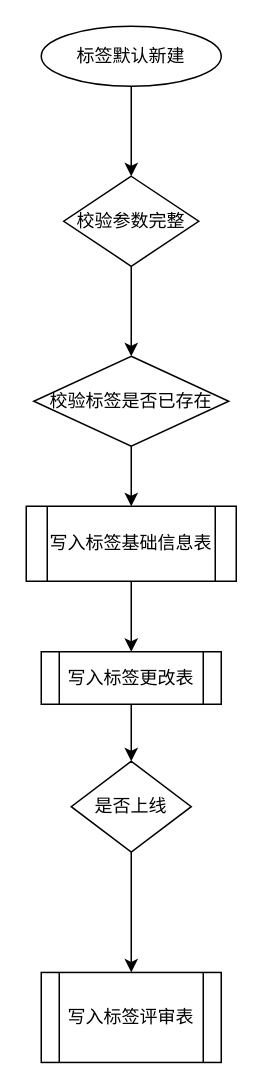
Before: 标签默认新建流程图.drawio in 1418956397/JavaWeb-Project-Source-Share, a draw.io diagram. Source tidied: cells renumbered, new cells numbered last; positions are measured from the earlier drawing's top-left corner, leaving out a move shared by most shapes. Both pictures are drawn from the tidied source at 150%, with x=0, y=0 at pixel (26, 26).
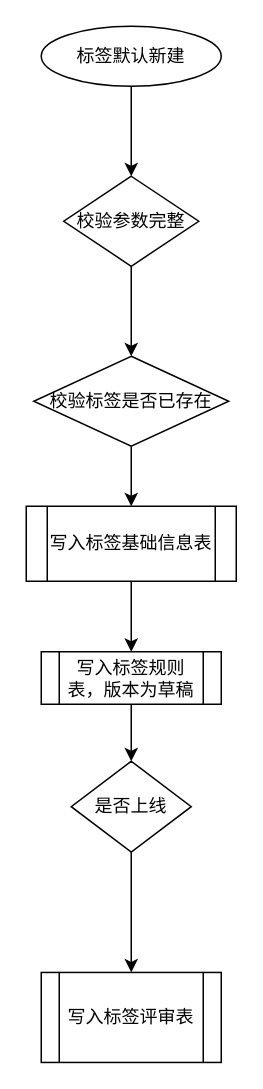
Above is the later version.

Commit message:
更新标签默认新建流程图.drawio

What changed in the source:
```diff
@@
 <mxGraphModel>
   <root>
     <mxCell id="0" />
     <mxCell id="1" parent="0" />
     <mxCell id="2" style="edgeStyle=orthogonalEdgeStyle;rounded=0;jettySize=auto;html=1;" parent="1" edge="1" source="3" target="5">
       <mxGeometry relative="1" as="geometry" />
     </mxCell>
     <mxCell id="3" value="标签默认新建" style="ellipse;whiteSpace=wrap;html=1;" parent="1" vertex="1">
       <mxGeometry x="10" width="120" height="40" as="geometry" />
     </mxCell>
     <mxCell id="4" style="edgeStyle=orthogonalEdgeStyle;rounded=0;jettySize=auto;html=1;" parent="1" edge="1" source="5" target="7">
       <mxGeometry relative="1" as="geometry" />
     </mxCell>
     <mxCell id="5" value="校验参数完整" style="rhombus;whiteSpace=wrap;html=1;" parent="1" vertex="1">
       <mxGeometry x="25" y="100" width="90" height="60" as="geometry" />
     </mxCell>
     <mxCell id="6" style="edgeStyle=orthogonalEdgeStyle;rounded=0;jettySize=auto;html=1;" parent="1" edge="1" source="7" target="9">
       <mxGeometry relative="1" as="geometry" />
     </mxCell>
     <mxCell id="7" value="校验标签是否已存在" style="rhombus;whiteSpace=wrap;html=1;" parent="1" vertex="1">
       <mxGeometry x="5" y="220" width="130" height="60" as="geometry" />
     </mxCell>
     <mxCell id="8" style="edgeStyle=orthogonalEdgeStyle;rounded=0;jettySize=auto;html=1;" parent="1" edge="1" source="9" target="11">
       <mxGeometry relative="1" as="geometry" />
     </mxCell>
     <mxCell id="9" value="写入标签基础信息表" style="shape=process;whiteSpace=wrap;html=1;backgroundOutline=1;" parent="1" vertex="1">
       <mxGeometry y="320" width="140" height="50" as="geometry" />
     </mxCell>
     <mxCell id="10" style="edgeStyle=orthogonalEdgeStyle;rounded=0;jettySize=auto;html=1;" parent="1" edge="1" source="11" target="13">
       <mxGeometry relative="1" as="geometry" />
     </mxCell>
-    <mxCell id="11" value="写入标签更改表" style="shape=process;whiteSpace=wrap;html=1;backgroundOutline=1;" parent="1" vertex="1">
+    <mxCell id="11" value="写入标签规则表，版本为草稿" style="shape=process;whiteSpace=wrap;html=1;backgroundOutline=1;" parent="1" vertex="1">
       <mxGeometry x="10" y="417" width="120" height="35" as="geometry" />
     </mxCell>
     <mxCell id="12" style="edgeStyle=orthogonalEdgeStyle;rounded=0;jettySize=auto;html=1;" parent="1" edge="1" source="13" target="14">
       <mxGeometry relative="1" as="geometry" />
     </mxCell>
     <mxCell id="13" value="是否上线" style="rhombus;whiteSpace=wrap;html=1;" parent="1" vertex="1">
       <mxGeometry x="30" y="490" width="80" height="60.5" as="geometry" />
     </mxCell>
     <mxCell id="14" value="写入标签评审表" style="shape=process;whiteSpace=wrap;html=1;backgroundOutline=1;" parent="1" vertex="1">
       <mxGeometry x="10" y="630.8" width="120" height="60" as="geometry" />
     </mxCell>
   </root>
 </mxGraphModel>
```
